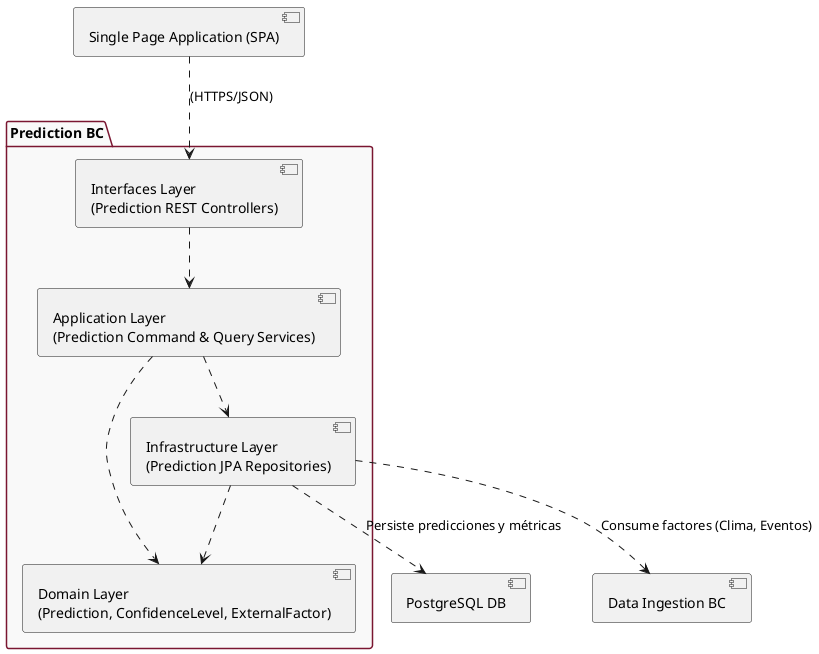
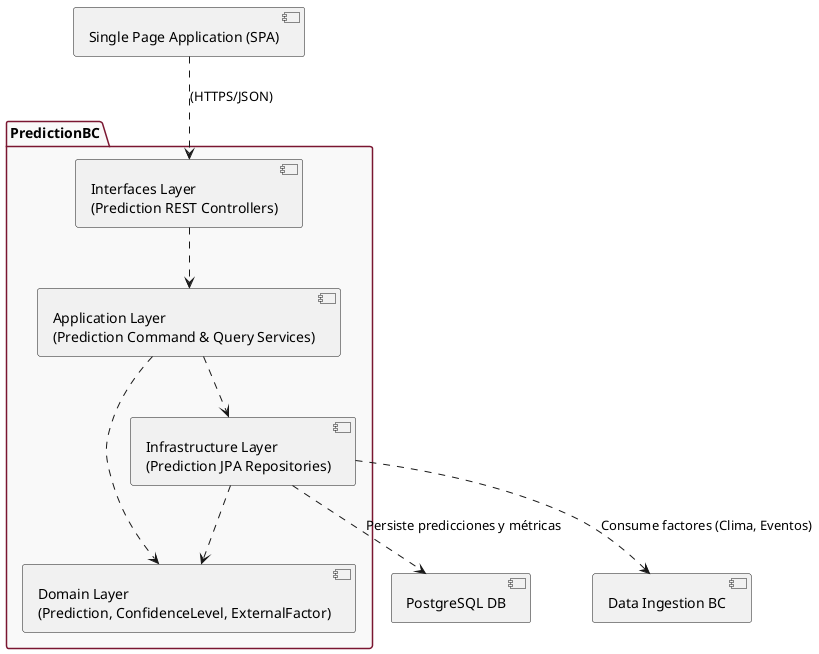
- @startuml "Capas - Prediction BC"
+ @startuml "Capas - PredictionBC"
skinparam componentStyle uml2
skinparam package {
  BackgroundColor #F9F9F9
  BorderColor #7A1631
}


- package "Prediction BC" {
+ package "PredictionBC" {

  component [Domain Layer\n(Prediction, ConfidenceLevel, ExternalFactor)] as Domain

  component [Application Layer\n(Prediction Command & Query Services)] as Application

  component [Interfaces Layer\n(Prediction REST Controllers)] as Interfaces

  component [Infrastructure Layer\n(Prediction JPA Repositories)] as Infra

  Interfaces ..> Application
  Application ..> Domain
  Application ..> Infra
  Infra ..> Domain
}

- ' Relaciones externas del módulo
[Single Page Application (SPA)] ..> Interfaces : "(HTTPS/JSON)"
Infra ..> [PostgreSQL DB] : "Persiste predicciones y métricas"
Infra ..> [Data Ingestion BC] : "Consume factores (Clima, Eventos)"

@enduml
